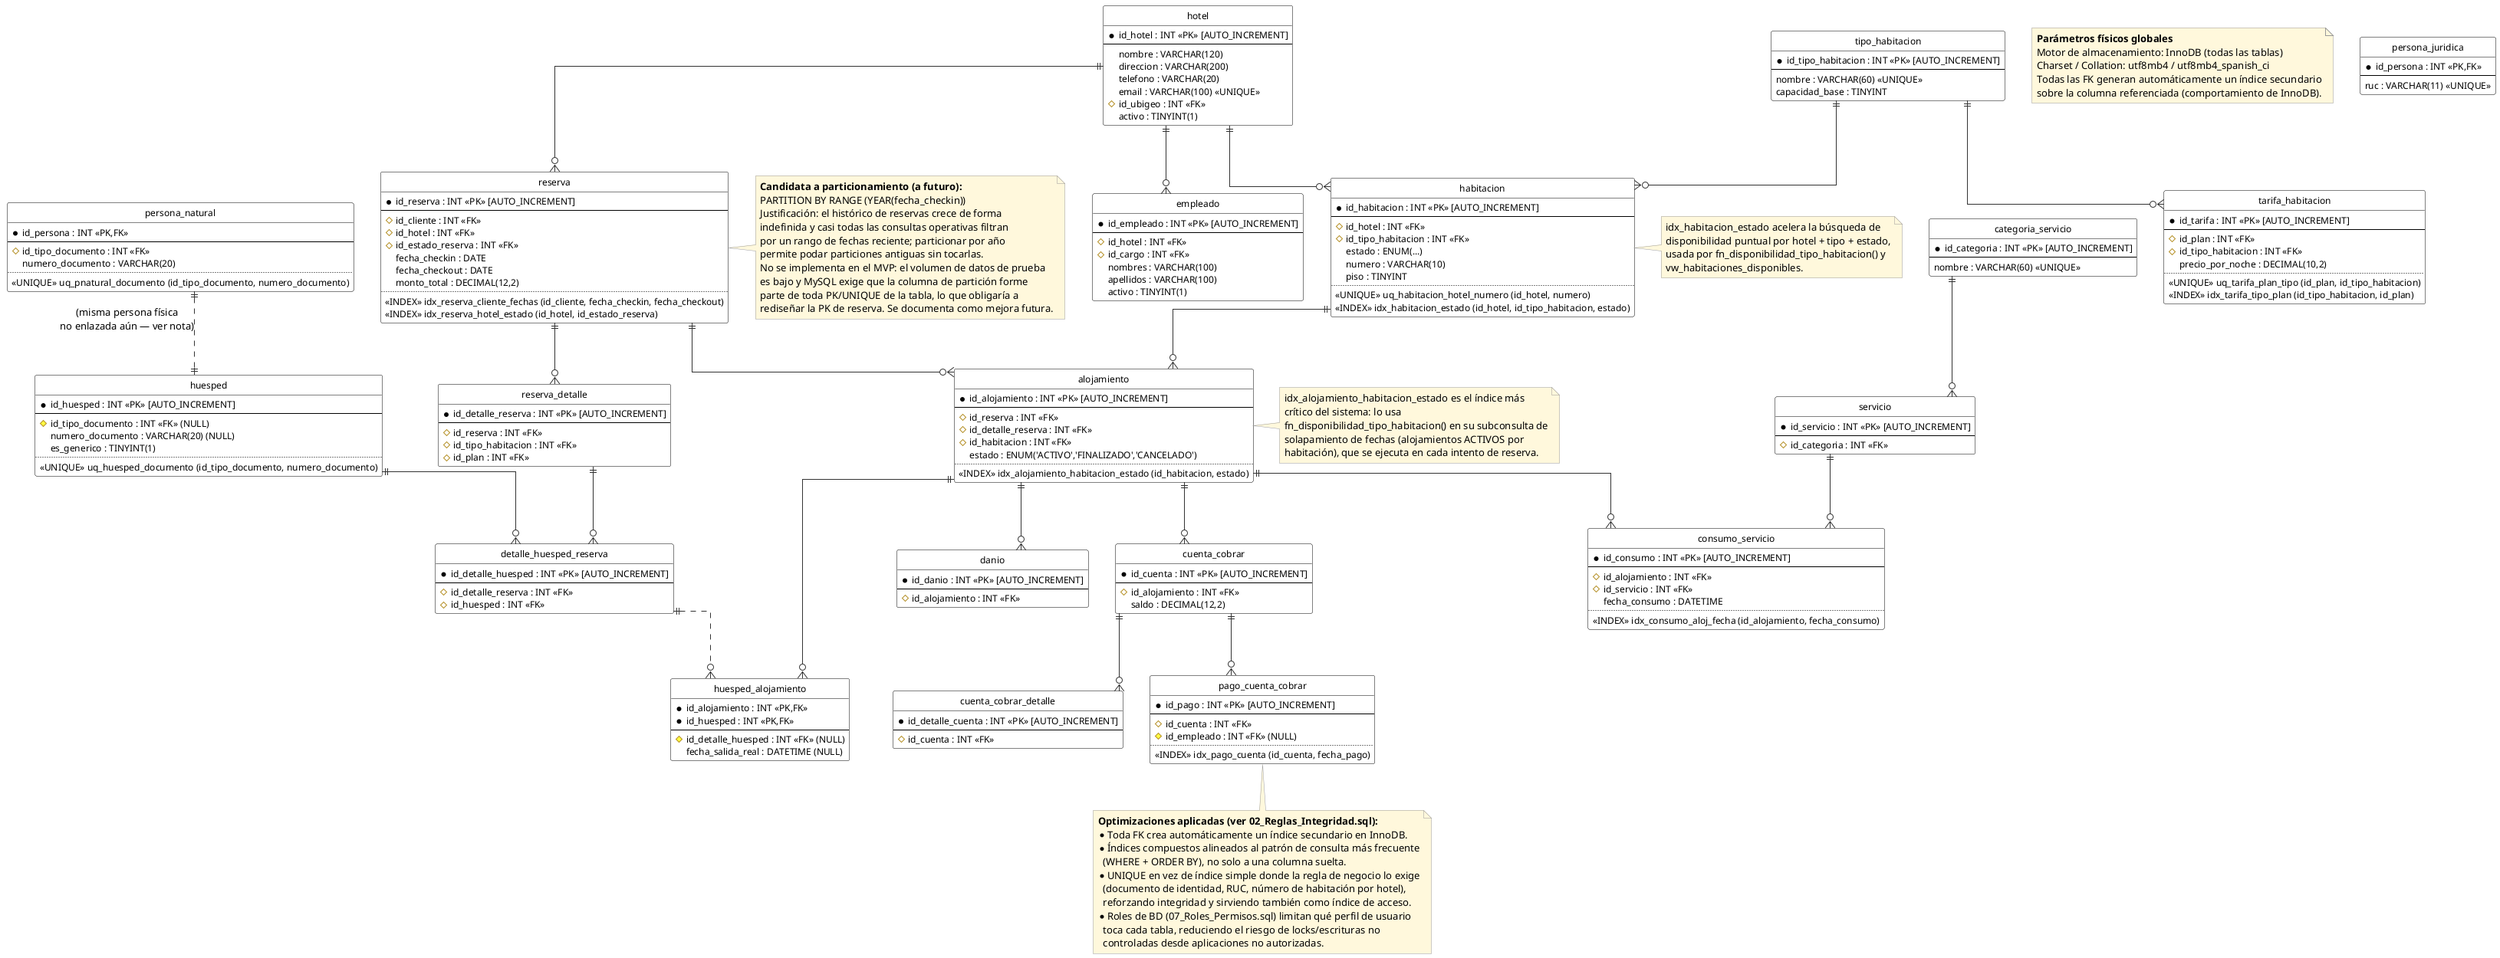
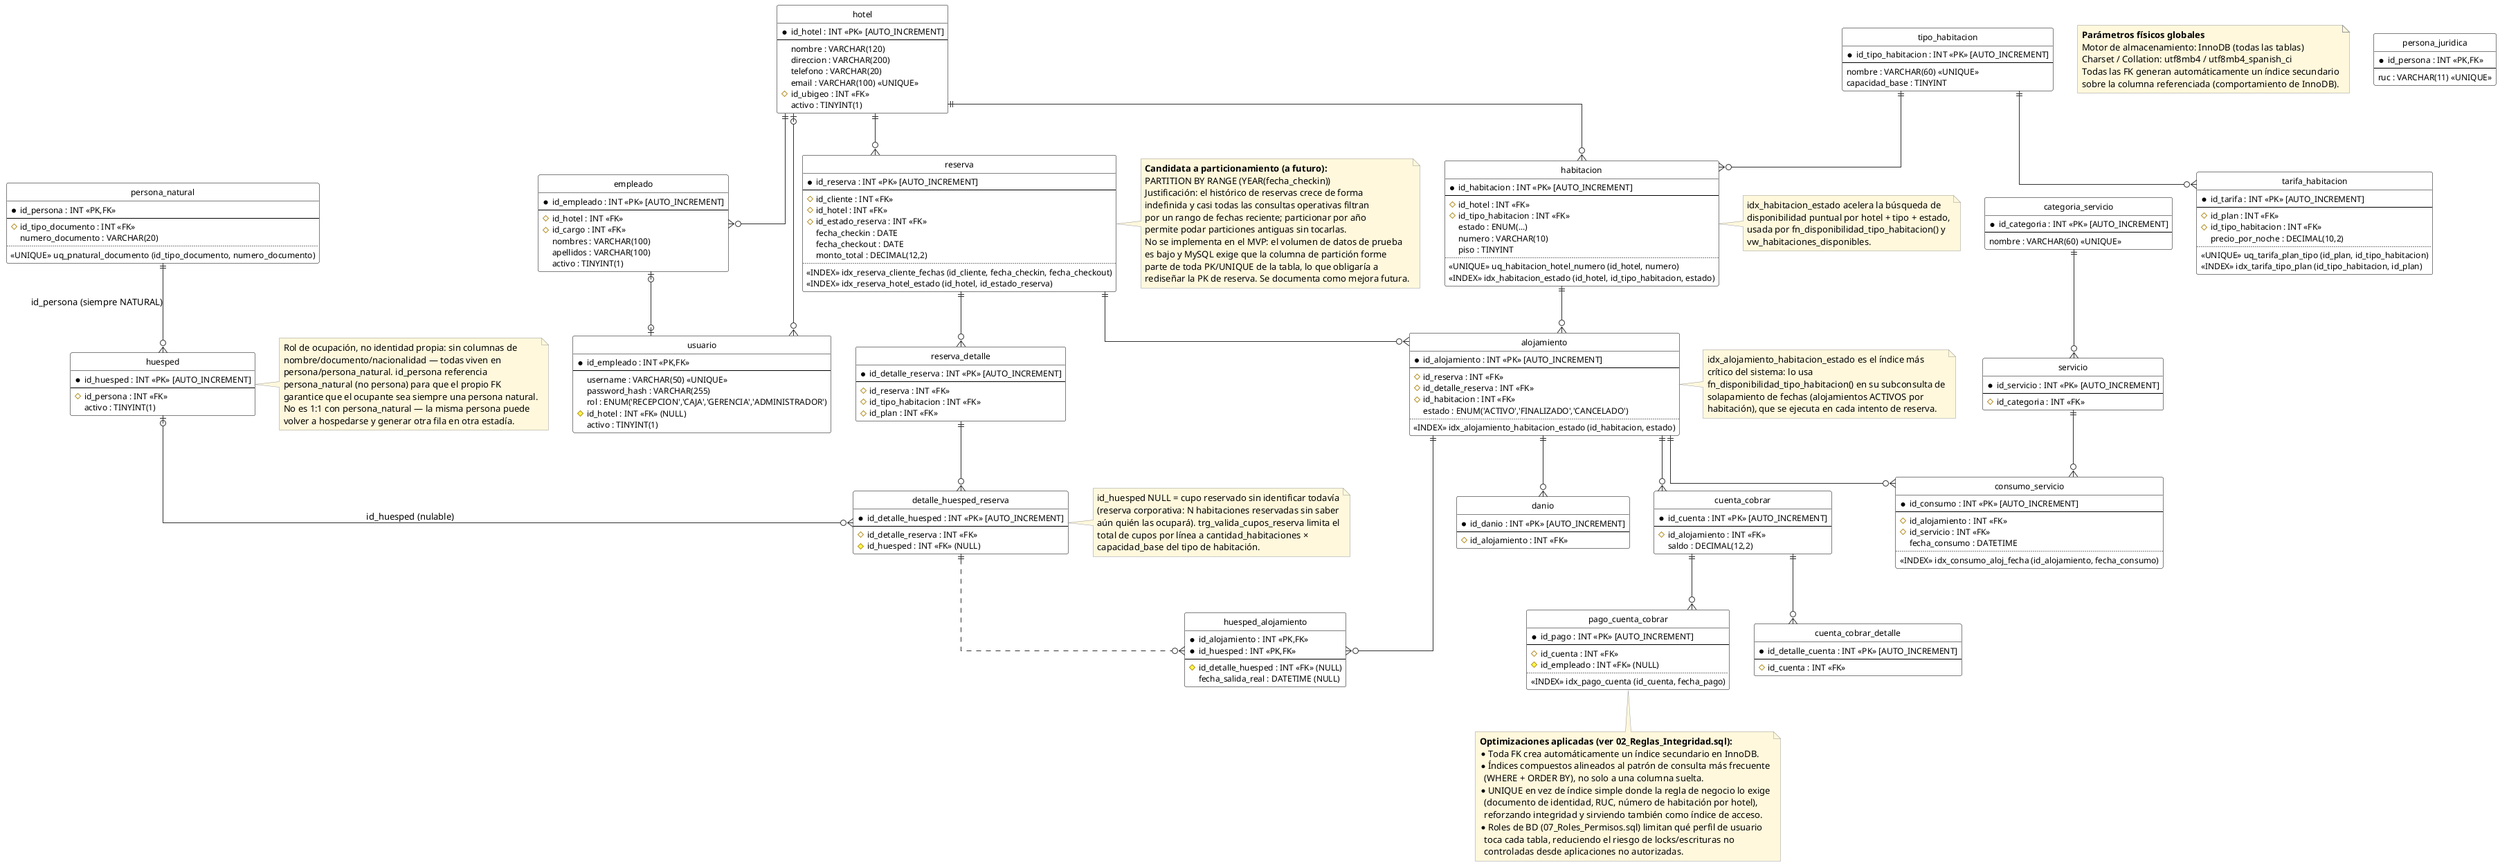
@startuml 03_Modelo_Fisico

' =============================================================
'  MODELO FÍSICO
'  Motor: MySQL 8.0+ / MariaDB 10.11+ (InnoDB)
'  Mismo esquema que 02_Modelo_Logico, pero con anotaciones de
'  implementación física: motor de almacenamiento, charset,
'  índices adicionales (más allá de PK/FK) y estrategia de
'  particionamiento. Corresponde a 01_Creacion_Tablas.sql +
'  02_Reglas_Integridad.sql ya ejecutados en el SGBD.
' =============================================================

hide circle
skinparam linetype ortho
skinparam class {
    BackgroundColor White
    BorderColor Black
    ArrowColor #333333
    AttributeFontSize 12
}
skinparam note {
    BackgroundColor #FFF8DC
    BorderColor #999999
}

' ---------- Parámetros físicos globales ----------
note as N_GLOBAL
  <b>Parámetros físicos globales</b>
  Motor de almacenamiento: InnoDB (todas las tablas)
  Charset / Collation: utf8mb4 / utf8mb4_spanish_ci
  Todas las FK generan automáticamente un índice secundario
  sobre la columna referenciada (comportamiento de InnoDB).
end note

entity "hotel" as hotel {
  * id_hotel : INT <<PK>> [AUTO_INCREMENT]
  --
  nombre : VARCHAR(120)
  direccion : VARCHAR(200)
  telefono : VARCHAR(20)
  email : VARCHAR(100) <<UNIQUE>>
  # id_ubigeo : INT <<FK>>
  activo : TINYINT(1)
}

entity "empleado" as empleado {
  * id_empleado : INT <<PK>> [AUTO_INCREMENT]
  --
  # id_hotel : INT <<FK>>
  # id_cargo : INT <<FK>>
  nombres : VARCHAR(100)
  apellidos : VARCHAR(100)
  activo : TINYINT(1)
}

+ entity "usuario" as usuario {
+   * id_empleado : INT <<PK,FK>>
+   --
+   username : VARCHAR(50) <<UNIQUE>>
+   password_hash : VARCHAR(255)
+   rol : ENUM('RECEPCION','CAJA','GERENCIA','ADMINISTRADOR')
+   # id_hotel : INT <<FK>> (NULL)
+   activo : TINYINT(1)
+ }
+ 
entity "persona_natural" as persona_natural {
  * id_persona : INT <<PK,FK>>
  --
  # id_tipo_documento : INT <<FK>>
  numero_documento : VARCHAR(20)
  ..
  <<UNIQUE>> uq_pnatural_documento (id_tipo_documento, numero_documento)
}

entity "persona_juridica" as persona_juridica {
  * id_persona : INT <<PK,FK>>
  --
  ruc : VARCHAR(11) <<UNIQUE>>
}

entity "huesped" as huesped {
  * id_huesped : INT <<PK>> [AUTO_INCREMENT]
  --
-   # id_tipo_documento : INT <<FK>> (NULL)
-   numero_documento : VARCHAR(20) (NULL)
-   es_generico : TINYINT(1)
-   ..
-   <<UNIQUE>> uq_huesped_documento (id_tipo_documento, numero_documento)
- }
+   # id_persona : INT <<FK>>
+   activo : TINYINT(1)
+ }
+ note right of huesped
+   Rol de ocupación, no identidad propia: sin columnas de
+   nombre/documento/nacionalidad — todas viven en
+   persona/persona_natural. id_persona referencia
+   persona_natural (no persona) para que el propio FK
+   garantice que el ocupante sea siempre una persona natural.
+   No es 1:1 con persona_natural — la misma persona puede
+   volver a hospedarse y generar otra fila en otra estadía.
+ end note

entity "tipo_habitacion" as tipo_habitacion {
  * id_tipo_habitacion : INT <<PK>> [AUTO_INCREMENT]
  --
  nombre : VARCHAR(60) <<UNIQUE>>
  capacidad_base : TINYINT
}

entity "habitacion" as habitacion {
  * id_habitacion : INT <<PK>> [AUTO_INCREMENT]
  --
  # id_hotel : INT <<FK>>
  # id_tipo_habitacion : INT <<FK>>
  estado : ENUM(...)
  numero : VARCHAR(10)
  piso : TINYINT
  ..
  <<UNIQUE>> uq_habitacion_hotel_numero (id_hotel, numero)
  <<INDEX>> idx_habitacion_estado (id_hotel, id_tipo_habitacion, estado)
}
note right of habitacion
  idx_habitacion_estado acelera la búsqueda de
  disponibilidad puntual por hotel + tipo + estado,
  usada por fn_disponibilidad_tipo_habitacion() y
  vw_habitaciones_disponibles.
end note

entity "tarifa_habitacion" as tarifa_habitacion {
  * id_tarifa : INT <<PK>> [AUTO_INCREMENT]
  --
  # id_plan : INT <<FK>>
  # id_tipo_habitacion : INT <<FK>>
  precio_por_noche : DECIMAL(10,2)
  ..
  <<UNIQUE>> uq_tarifa_plan_tipo (id_plan, id_tipo_habitacion)
  <<INDEX>> idx_tarifa_tipo_plan (id_tipo_habitacion, id_plan)
}

entity "reserva" as reserva {
  * id_reserva : INT <<PK>> [AUTO_INCREMENT]
  --
  # id_cliente : INT <<FK>>
  # id_hotel : INT <<FK>>
  # id_estado_reserva : INT <<FK>>
  fecha_checkin : DATE
  fecha_checkout : DATE
  monto_total : DECIMAL(12,2)
  ..
  <<INDEX>> idx_reserva_cliente_fechas (id_cliente, fecha_checkin, fecha_checkout)
  <<INDEX>> idx_reserva_hotel_estado (id_hotel, id_estado_reserva)
}
note right of reserva
  <b>Candidata a particionamiento (a futuro):</b>
  PARTITION BY RANGE (YEAR(fecha_checkin))
  Justificación: el histórico de reservas crece de forma
  indefinida y casi todas las consultas operativas filtran
  por un rango de fechas reciente; particionar por año
  permite podar particiones antiguas sin tocarlas.
  No se implementa en el MVP: el volumen de datos de prueba
  es bajo y MySQL exige que la columna de partición forme
  parte de toda PK/UNIQUE de la tabla, lo que obligaría a
  rediseñar la PK de reserva. Se documenta como mejora futura.
end note

entity "reserva_detalle" as reserva_detalle {
  * id_detalle_reserva : INT <<PK>> [AUTO_INCREMENT]
  --
  # id_reserva : INT <<FK>>
  # id_tipo_habitacion : INT <<FK>>
  # id_plan : INT <<FK>>
}

entity "detalle_huesped_reserva" as detalle_huesped_reserva {
  * id_detalle_huesped : INT <<PK>> [AUTO_INCREMENT]
  --
  # id_detalle_reserva : INT <<FK>>
-   # id_huesped : INT <<FK>>
- }
+   # id_huesped : INT <<FK>> (NULL)
+ }
+ note right of detalle_huesped_reserva
+   id_huesped NULL = cupo reservado sin identificar todavía
+   (reserva corporativa: N habitaciones reservadas sin saber
+   aún quién las ocupará). trg_valida_cupos_reserva limita el
+   total de cupos por línea a cantidad_habitaciones ×
+   capacidad_base del tipo de habitación.
+ end note

entity "alojamiento" as alojamiento {
  * id_alojamiento : INT <<PK>> [AUTO_INCREMENT]
  --
  # id_reserva : INT <<FK>>
  # id_detalle_reserva : INT <<FK>>
  # id_habitacion : INT <<FK>>
  estado : ENUM('ACTIVO','FINALIZADO','CANCELADO')
  ..
  <<INDEX>> idx_alojamiento_habitacion_estado (id_habitacion, estado)
}
note right of alojamiento
  idx_alojamiento_habitacion_estado es el índice más
  crítico del sistema: lo usa
  fn_disponibilidad_tipo_habitacion() en su subconsulta de
  solapamiento de fechas (alojamientos ACTIVOS por
  habitación), que se ejecuta en cada intento de reserva.
end note

entity "huesped_alojamiento" as huesped_alojamiento {
  * id_alojamiento : INT <<PK,FK>>
  * id_huesped : INT <<PK,FK>>
  --
  # id_detalle_huesped : INT <<FK>> (NULL)
  fecha_salida_real : DATETIME (NULL)
}

entity "categoria_servicio" as categoria_servicio {
  * id_categoria : INT <<PK>> [AUTO_INCREMENT]
  --
  nombre : VARCHAR(60) <<UNIQUE>>
}

entity "servicio" as servicio {
  * id_servicio : INT <<PK>> [AUTO_INCREMENT]
  --
  # id_categoria : INT <<FK>>
}

entity "consumo_servicio" as consumo_servicio {
  * id_consumo : INT <<PK>> [AUTO_INCREMENT]
  --
  # id_alojamiento : INT <<FK>>
  # id_servicio : INT <<FK>>
  fecha_consumo : DATETIME
  ..
  <<INDEX>> idx_consumo_aloj_fecha (id_alojamiento, fecha_consumo)
}

entity "danio" as danio {
  * id_danio : INT <<PK>> [AUTO_INCREMENT]
  --
  # id_alojamiento : INT <<FK>>
}

entity "cuenta_cobrar" as cuenta_cobrar {
  * id_cuenta : INT <<PK>> [AUTO_INCREMENT]
  --
  # id_alojamiento : INT <<FK>>
  saldo : DECIMAL(12,2)
}

entity "cuenta_cobrar_detalle" as cuenta_cobrar_detalle {
  * id_detalle_cuenta : INT <<PK>> [AUTO_INCREMENT]
  --
  # id_cuenta : INT <<FK>>
}

entity "pago_cuenta_cobrar" as pago_cuenta_cobrar {
  * id_pago : INT <<PK>> [AUTO_INCREMENT]
  --
  # id_cuenta : INT <<FK>>
  # id_empleado : INT <<FK>> (NULL)
  ..
  <<INDEX>> idx_pago_cuenta (id_cuenta, fecha_pago)
}

' =============================================================
'  RELACIONES (abreviadas; ver 02_Modelo_Logico para el detalle
'  completo de cardinalidad de cada FK)
' =============================================================
hotel           ||--o{ empleado
+ empleado        |o--o| usuario
+ hotel           |o--o{ usuario
hotel           ||--o{ habitacion
tipo_habitacion ||--o{ habitacion
tipo_habitacion ||--o{ tarifa_habitacion
- persona_natural ||..|| huesped                  : (misma persona física\nno enlazada aún — ver nota)
+ persona_natural ||--o{ huesped                 : id_persona (siempre NATURAL)
hotel           ||--o{ reserva
reserva         ||--o{ reserva_detalle
reserva_detalle ||--o{ detalle_huesped_reserva
- huesped         ||--o{ detalle_huesped_reserva
+ huesped         |o--o{ detalle_huesped_reserva  : id_huesped (nulable)
reserva         ||--o{ alojamiento
habitacion      ||--o{ alojamiento
alojamiento     ||--o{ huesped_alojamiento
detalle_huesped_reserva ||..o{ huesped_alojamiento
alojamiento     ||--o{ consumo_servicio
servicio        ||--o{ consumo_servicio
categoria_servicio ||--o{ servicio
alojamiento     ||--o{ danio
alojamiento     ||--o{ cuenta_cobrar
cuenta_cobrar   ||--o{ cuenta_cobrar_detalle
cuenta_cobrar   ||--o{ pago_cuenta_cobrar

note bottom
  <b>Optimizaciones aplicadas (ver 02_Reglas_Integridad.sql):</b>
  * Toda FK crea automáticamente un índice secundario en InnoDB.
  * Índices compuestos alineados al patrón de consulta más frecuente
    (WHERE + ORDER BY), no solo a una columna suelta.
  * UNIQUE en vez de índice simple donde la regla de negocio lo exige
    (documento de identidad, RUC, número de habitación por hotel),
    reforzando integridad y sirviendo también como índice de acceso.
  * Roles de BD (07_Roles_Permisos.sql) limitan qué perfil de usuario
    toca cada tabla, reduciendo el riesgo de locks/escrituras no
    controladas desde aplicaciones no autorizadas.
end note

@enduml
